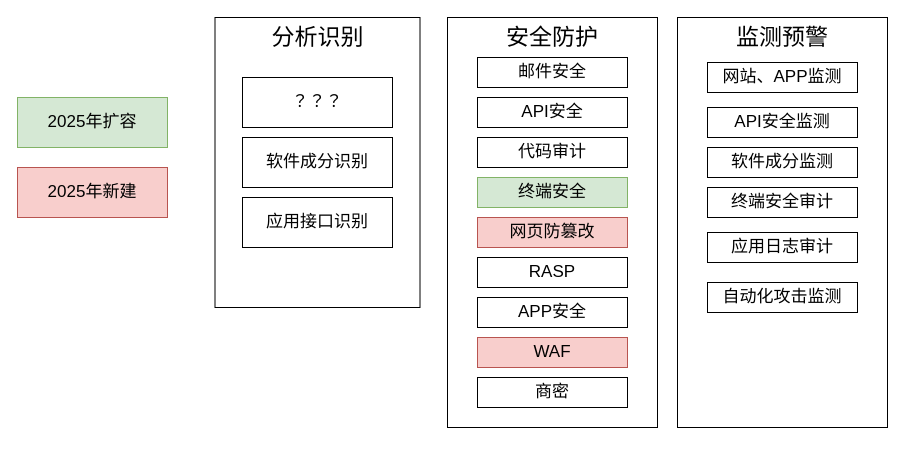
Before: page "应用安全" (3 of 5) of 2024安全技术能力全景图.drawio in razor/1102_decoration, a draw.io diagram. Source tidied: cells renumbered, new cells numbered last; positions are measured from the earlier drawing's top-left corner, leaving out a move shared by most shapes. Both pictures are drawn from the tidied source at 100%, with x=0, y=0 at pixel (17, 17).
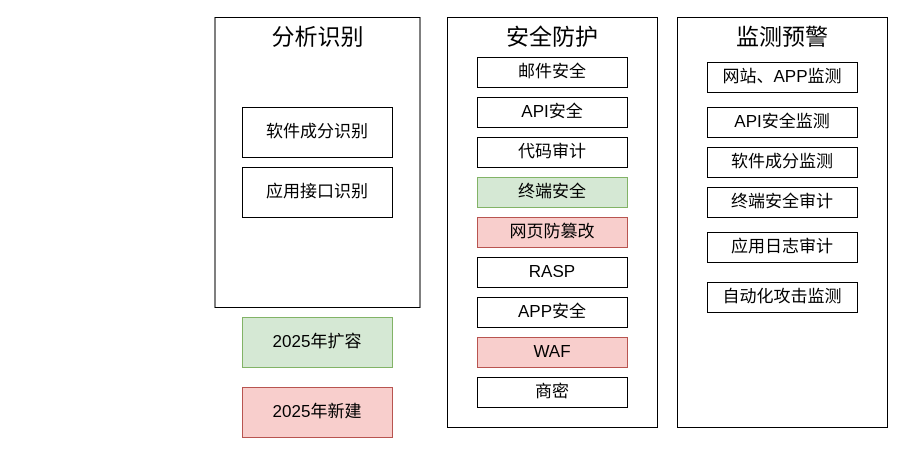
Above is the later version.

Change to the diagram source:
```diff
@@
-    <mxCell id="3" value="&lt;font style=&quot;font-size: 17px;&quot;&gt;？？？&lt;/font&gt;" style="rounded=0;whiteSpace=wrap;html=1;fontStyle=0;" parent="1" vertex="1">
-      <mxGeometry x="225" y="60" width="150" height="50" as="geometry" />
-    </mxCell>
     <mxCell id="4" value="&lt;font style=&quot;font-size: 17px;&quot;&gt;软件成分识别&lt;/font&gt;" style="rounded=0;whiteSpace=wrap;html=1;fontStyle=0;" parent="1" vertex="1">
-      <mxGeometry x="225" y="120" width="150" height="50" as="geometry" />
+      <mxGeometry x="225" y="90" width="150" height="50" as="geometry" />
     </mxCell>
     <mxCell id="5" value="&lt;font style=&quot;font-size: 17px;&quot;&gt;应用接口识别&lt;/font&gt;" style="rounded=0;whiteSpace=wrap;html=1;fontStyle=0;" parent="1" vertex="1">
-      <mxGeometry x="225" y="180" width="150" height="50" as="geometry" />
+      <mxGeometry x="225" y="150" width="150" height="50" as="geometry" />
     </mxCell>
@@
     <mxCell id="23" value="&lt;font style=&quot;font-size: 17px;&quot;&gt;2025年扩容&lt;/font&gt;" style="rounded=0;whiteSpace=wrap;html=1;fontStyle=0;fillColor=#d5e8d4;strokeColor=#82b366;" parent="1" vertex="1">
-      <mxGeometry y="80" width="150" height="50" as="geometry" />
+      <mxGeometry x="225" y="300" width="150" height="50" as="geometry" />
     </mxCell>
     <mxCell id="24" value="&lt;font style=&quot;font-size: 17px;&quot;&gt;2025年新建&lt;/font&gt;" style="rounded=0;whiteSpace=wrap;html=1;fontStyle=0;fillColor=#f8cecc;strokeColor=#b85450;" parent="1" vertex="1">
-      <mxGeometry y="150" width="150" height="50" as="geometry" />
+      <mxGeometry x="225" y="370" width="150" height="50" as="geometry" />
     </mxCell>
```
